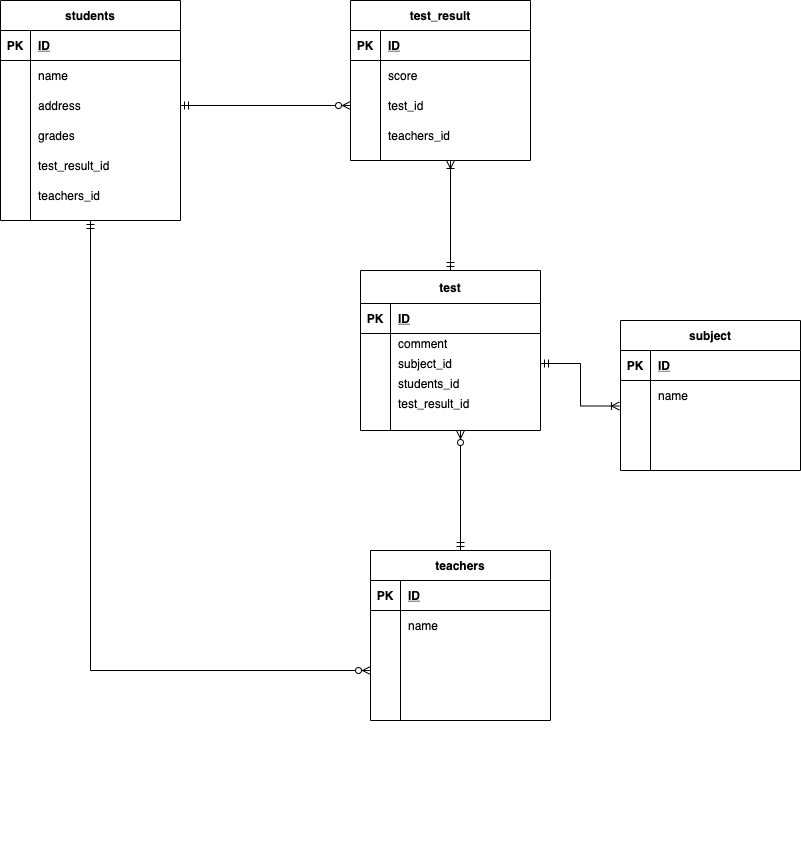
Earlier version of the draw.io export index..drawio.png (InoueMayu/coachtech-ER). Source tidied: cells renumbered, new cells last; positions are measured from the earlier drawing's top-left corner, leaving out a move shared by most shapes.
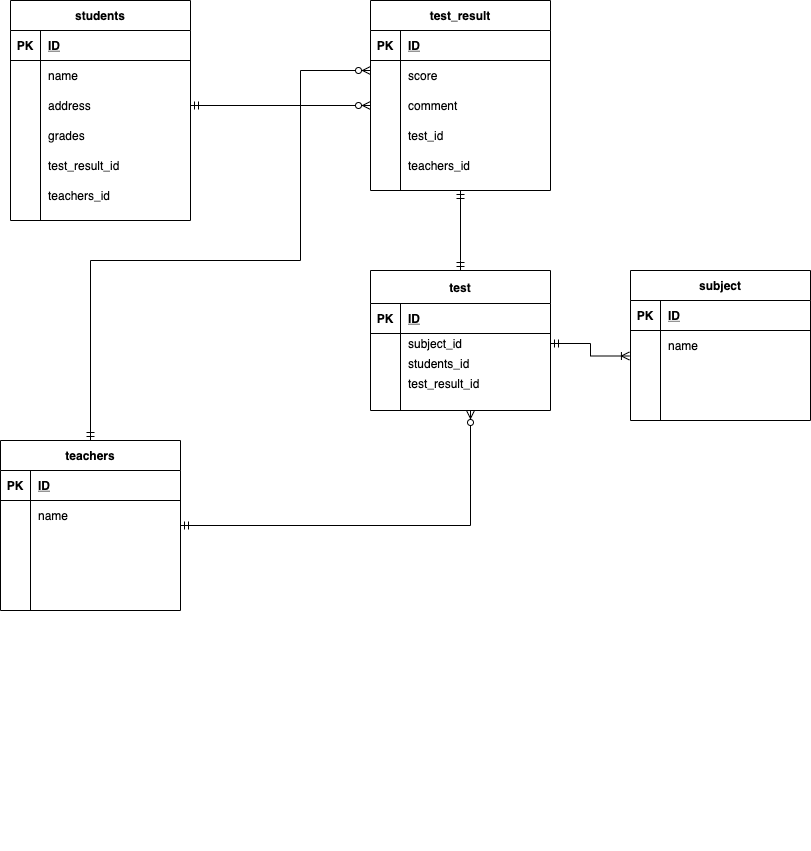
After the commit.

Diff of the diagram source:
```diff
@@ -2,9 +2,6 @@
   <root>
     <mxCell id="0" />
     <mxCell id="1" parent="0" />
-    <mxCell id="2" style="edgeStyle=orthogonalEdgeStyle;rounded=0;jettySize=auto;html=1;entryX=0;entryY=0.5;entryDx=0;entryDy=0;startArrow=ERmandOne;startFill=0;endArrow=ERzeroToMany;endFill=1;" parent="1" edge="1" source="3" target="30">
-      <mxGeometry relative="1" as="geometry" />
-    </mxCell>
     <mxCell id="3" value="students" style="shape=table;startSize=30;rowLines=0;fontStyle=1;align=center;" parent="1" vertex="1">
       <mxGeometry width="180" height="220" as="geometry" />
     </mxCell>
@@ -64,11 +61,11 @@
     </mxCell>
     <mxCell id="22" style="edgeStyle=orthogonalEdgeStyle;rounded=0;jettySize=auto;html=1;startArrow=ERmandOne;startFill=0;endArrow=ERzeroToMany;endFill=1;" parent="1" edge="1" source="23">
       <mxGeometry relative="1" as="geometry">
-        <mxPoint x="460" y="430" as="targetPoint" />
+        <mxPoint x="460" y="410" as="targetPoint" />
       </mxGeometry>
     </mxCell>
     <mxCell id="23" value="teachers" style="shape=table;startSize=30;rowLines=0;fontStyle=1;align=center;" parent="1" vertex="1">
-      <mxGeometry x="370" y="550" width="180" height="170" as="geometry" />
+      <mxGeometry x="-10" y="440" width="180" height="170" as="geometry" />
     </mxCell>
     <mxCell id="24" style="shape=partialRectangle;fillColor=none;top=0;left=0;bottom=1;right=0;" parent="23" vertex="1">
       <mxGeometry y="30" width="180" height="30" as="geometry" />
@@ -107,7 +104,7 @@
       <mxGeometry x="30" width="150" height="20" as="geometry" />
     </mxCell>
     <mxCell id="36" value="test" style="shape=table;startSize=33;rowLines=0;fontStyle=1;align=center;" parent="1" vertex="1">
-      <mxGeometry x="360" y="270" width="180" height="160" as="geometry" />
+      <mxGeometry x="360" y="270" width="180" height="140" as="geometry" />
     </mxCell>
     <mxCell id="37" style="shape=partialRectangle;fillColor=none;top=0;left=0;bottom=1;right=0;" parent="36" vertex="1">
       <mxGeometry y="33" width="180" height="30" as="geometry" />
@@ -118,17 +115,8 @@
     <mxCell id="39" value="ID" style="shape=partialRectangle;fillColor=none;top=0;left=0;bottom=0;right=0;align=left;spacingLeft=6;fontStyle=5;overflow=hidden;" parent="37" vertex="1">
       <mxGeometry x="30" width="150" height="30" as="geometry" />
     </mxCell>
-    <mxCell id="40" style="shape=partialRectangle;fillColor=none;top=0;left=0;bottom=0;right=0;" parent="36" vertex="1">
-      <mxGeometry y="63" width="180" height="20" as="geometry" />
-    </mxCell>
-    <mxCell id="41" style="shape=partialRectangle;fillColor=none;top=0;left=0;bottom=0;right=0;overflow=hidden;" parent="40" vertex="1">
-      <mxGeometry width="30" height="20" as="geometry" />
-    </mxCell>
-    <mxCell id="42" value="comment" style="shape=partialRectangle;fillColor=none;top=0;left=0;bottom=0;right=0;align=left;spacingLeft=6;overflow=hidden;" parent="40" vertex="1">
-      <mxGeometry x="30" width="150" height="20" as="geometry" />
-    </mxCell>
     <mxCell id="43" style="shape=partialRectangle;fillColor=none;top=0;left=0;bottom=0;right=0;points=[[0,0.5],[1,0.5]];portConstraint=eastwest;" parent="36" vertex="1">
-      <mxGeometry y="83" width="180" height="20" as="geometry" />
+      <mxGeometry y="63" width="180" height="20" as="geometry" />
     </mxCell>
     <mxCell id="44" style="shape=partialRectangle;fillColor=none;top=0;left=0;bottom=0;right=0;overflow=hidden;" parent="43" vertex="1">
       <mxGeometry width="30" height="20" as="geometry" />
@@ -137,7 +125,7 @@
       <mxGeometry x="30" width="150" height="20" as="geometry" />
     </mxCell>
     <mxCell id="46" style="shape=partialRectangle;fillColor=none;top=0;left=0;bottom=0;right=0;" parent="36" vertex="1">
-      <mxGeometry y="103" width="180" height="20" as="geometry" />
+      <mxGeometry y="83" width="180" height="20" as="geometry" />
     </mxCell>
     <mxCell id="47" style="shape=partialRectangle;fillColor=none;top=0;left=0;bottom=0;right=0;overflow=hidden;" parent="46" vertex="1">
       <mxGeometry width="30" height="20" as="geometry" />
@@ -146,7 +134,7 @@
       <mxGeometry x="30" width="150" height="20" as="geometry" />
     </mxCell>
     <mxCell id="49" style="shape=partialRectangle;fillColor=none;top=0;left=0;bottom=0;right=0;" parent="36" vertex="1">
-      <mxGeometry y="123" width="180" height="20" as="geometry" />
+      <mxGeometry y="103" width="180" height="20" as="geometry" />
     </mxCell>
     <mxCell id="50" style="shape=partialRectangle;fillColor=none;top=0;left=0;bottom=0;right=0;overflow=hidden;" parent="49" vertex="1">
       <mxGeometry width="30" height="20" as="geometry" />
@@ -157,7 +145,7 @@
     <mxCell id="52" style="shape=partialRectangle;fillColor=none;top=0;left=0;bottom=0;right=0;align=left;spacingLeft=6;overflow=hidden;" parent="1" vertex="1">
       <mxGeometry x="80" y="820" width="150" height="30" as="geometry" />
     </mxCell>
-    <mxCell id="53" style="edgeStyle=orthogonalEdgeStyle;rounded=0;jettySize=auto;html=1;entryX=0.5;entryY=0;entryDx=0;entryDy=0;startArrow=ERoneToMany;startFill=0;endArrow=ERmandOne;endFill=0;" parent="1" edge="1" source="54" target="36">
+    <mxCell id="53" style="edgeStyle=orthogonalEdgeStyle;rounded=0;jettySize=auto;html=1;entryX=0.5;entryY=0;entryDx=0;entryDy=0;startArrow=ERmandOne;startFill=0;endArrow=ERmandOne;endFill=0;" parent="1" edge="1" source="54" target="36">
       <mxGeometry relative="1" as="geometry">
         <Array as="points">
           <mxPoint x="450" y="260" />
@@ -165,8 +153,17 @@
         </Array>
       </mxGeometry>
     </mxCell>
+    <mxCell id="83" style="edgeStyle=orthogonalEdgeStyle;rounded=0;jettySize=auto;html=1;entryX=0.5;entryY=0;entryDx=0;entryDy=0;startArrow=ERzeroToMany;startFill=1;endArrow=ERmandOne;endFill=0;" parent="1" edge="1" source="54" target="23">
+      <mxGeometry relative="1" as="geometry">
+        <Array as="points">
+          <mxPoint x="290" y="70" />
+          <mxPoint x="290" y="260" />
+          <mxPoint x="80" y="260" />
+        </Array>
+      </mxGeometry>
+    </mxCell>
     <mxCell id="54" value="test_result" style="shape=table;startSize=30;rowLines=0;fontStyle=1;align=center;" parent="1" vertex="1">
-      <mxGeometry x="350" width="180" height="160" as="geometry" />
+      <mxGeometry x="360" width="180" height="190" as="geometry" />
     </mxCell>
     <mxCell id="55" style="shape=partialRectangle;fillColor=none;top=0;left=0;bottom=1;right=0;" parent="54" vertex="1">
       <mxGeometry y="30" width="180" height="30" as="geometry" />
@@ -186,8 +183,17 @@
     <mxCell id="60" value="score" style="shape=partialRectangle;fillColor=none;top=0;left=0;bottom=0;right=0;align=left;spacingLeft=6;overflow=hidden;" parent="58" vertex="1">
       <mxGeometry x="30" width="150" height="30" as="geometry" />
     </mxCell>
+    <mxCell id="84" style="shape=partialRectangle;fillColor=none;top=0;left=0;bottom=0;right=0;points=[[0,0.5],[1,0.5]];portConstraint=eastwest;" parent="54" vertex="1">
+      <mxGeometry y="90" width="180" height="30" as="geometry" />
+    </mxCell>
+    <mxCell id="85" style="shape=partialRectangle;fillColor=none;top=0;left=0;bottom=0;right=0;overflow=hidden;" parent="84" vertex="1">
+      <mxGeometry width="30" height="30" as="geometry" />
+    </mxCell>
+    <mxCell id="42" value="comment" style="shape=partialRectangle;fillColor=none;top=0;left=0;bottom=0;right=0;align=left;spacingLeft=6;overflow=hidden;" parent="84" vertex="1">
+      <mxGeometry x="30" width="150" height="30" as="geometry" />
+    </mxCell>
     <mxCell id="61" style="shape=partialRectangle;fillColor=none;top=0;left=0;bottom=0;right=0;points=[[0,0.5],[1,0.5]];portConstraint=eastwest;" parent="54" vertex="1">
-      <mxGeometry y="90" width="180" height="30" as="geometry" />
+      <mxGeometry y="120" width="180" height="30" as="geometry" />
     </mxCell>
     <mxCell id="62" style="shape=partialRectangle;fillColor=none;top=0;left=0;bottom=0;right=0;overflow=hidden;" parent="61" vertex="1">
       <mxGeometry width="30" height="30" as="geometry" />
@@ -196,7 +202,7 @@
       <mxGeometry x="30" width="150" height="30" as="geometry" />
     </mxCell>
     <mxCell id="64" style="shape=partialRectangle;fillColor=none;top=0;left=0;bottom=0;right=0;" parent="54" vertex="1">
-      <mxGeometry y="120" width="180" height="30" as="geometry" />
+      <mxGeometry y="150" width="180" height="30" as="geometry" />
     </mxCell>
     <mxCell id="65" style="shape=partialRectangle;fillColor=none;top=0;left=0;bottom=0;right=0;overflow=hidden;" parent="64" vertex="1">
       <mxGeometry width="30" height="30" as="geometry" />
@@ -205,7 +211,7 @@
       <mxGeometry x="30" width="150" height="30" as="geometry" />
     </mxCell>
     <mxCell id="67" value="subject" style="shape=table;startSize=30;rowLines=0;fontStyle=1;align=center;" parent="1" vertex="1">
-      <mxGeometry x="620" y="320" width="180" height="150" as="geometry" />
+      <mxGeometry x="620" y="270" width="180" height="150" as="geometry" />
     </mxCell>
     <mxCell id="68" style="shape=partialRectangle;fillColor=none;top=0;left=0;bottom=1;right=0;" parent="67" vertex="1">
       <mxGeometry y="30" width="180" height="30" as="geometry" />
@@ -248,10 +254,8 @@
         <mxPoint x="650" y="447.5" as="sourcePoint" />
       </mxGeometry>
     </mxCell>
-    <mxCell id="81" style="edgeStyle=orthogonalEdgeStyle;rounded=0;jettySize=auto;html=1;exitX=1;exitY=0.5;exitDx=0;exitDy=0;startArrow=ERmandOne;startFill=0;endArrow=ERzeroToMany;endFill=1;entryX=0;entryY=0.5;entryDx=0;entryDy=0;" parent="1" edge="1" source="10">
-      <mxGeometry relative="1" as="geometry">
-        <mxPoint x="350" y="105" as="targetPoint" />
-      </mxGeometry>
+    <mxCell id="81" style="edgeStyle=orthogonalEdgeStyle;rounded=0;jettySize=auto;html=1;exitX=1;exitY=0.5;exitDx=0;exitDy=0;startArrow=ERmandOne;startFill=0;endArrow=ERzeroToMany;endFill=1;entryX=0;entryY=0.5;entryDx=0;entryDy=0;" parent="1" edge="1" source="10" target="84">
+      <mxGeometry relative="1" as="geometry" />
     </mxCell>
     <mxCell id="82" style="edgeStyle=orthogonalEdgeStyle;rounded=0;jettySize=auto;html=1;entryX=-0.006;entryY=0.85;entryDx=0;entryDy=0;entryPerimeter=0;startArrow=ERmandOne;startFill=0;endArrow=ERoneToMany;endFill=0;" parent="1" edge="1" source="43" target="71">
       <mxGeometry relative="1" as="geometry" />
```
